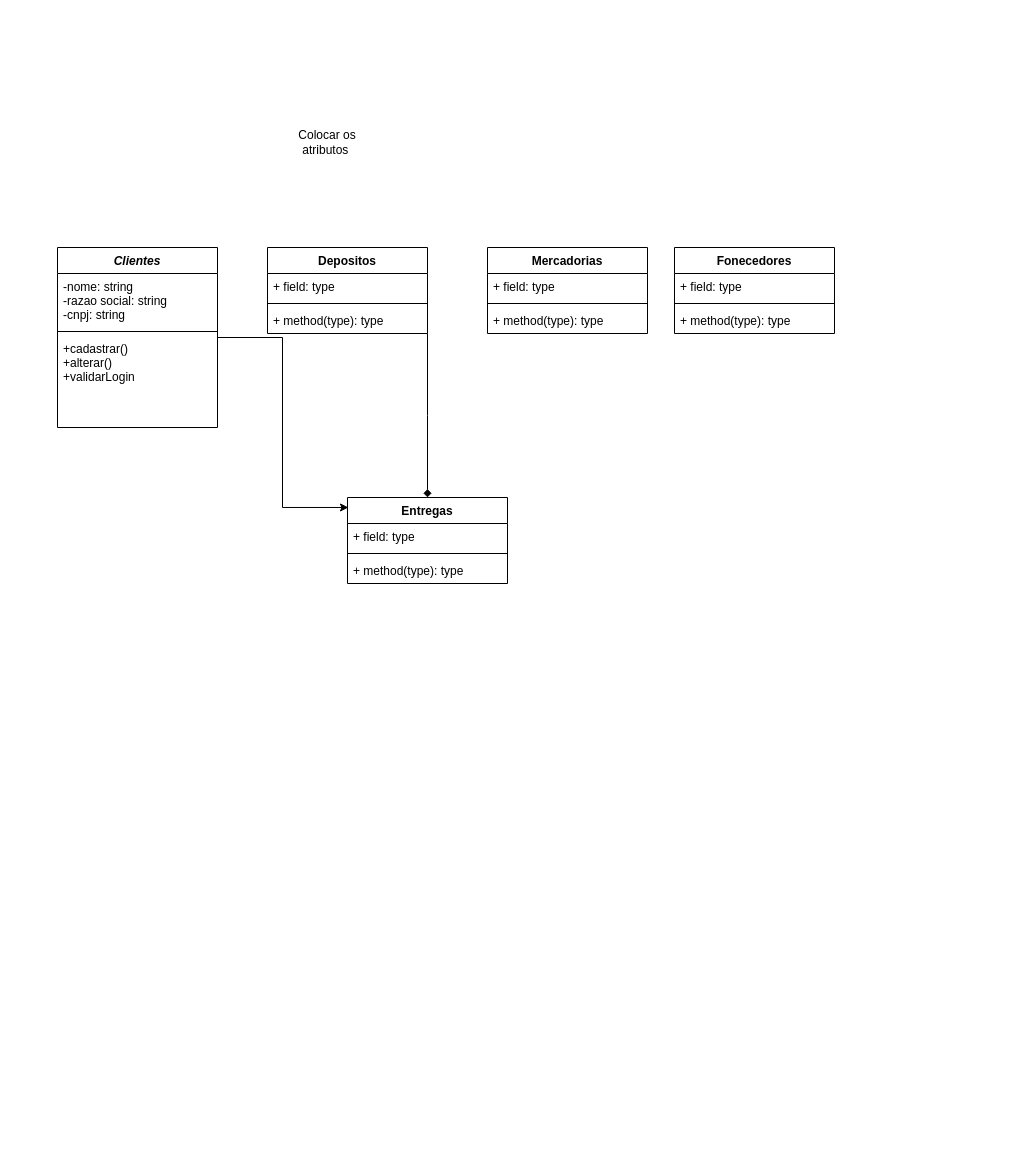
felipepozzi/puc-minas-arquitetura keeps this draw.io diagram as page "Diagrama de Classes" (3 of 6) of desenho-solucao/DesenhoSolucao.drawio. Above is the earlier version. Source tidied: cells renumbered, new cells numbered last; positions are measured from the earlier drawing's top-left corner, leaving out a move shared by most shapes. Both pictures are drawn from the tidied source at 100%, with x=0, y=0 at pixel (57, 127).
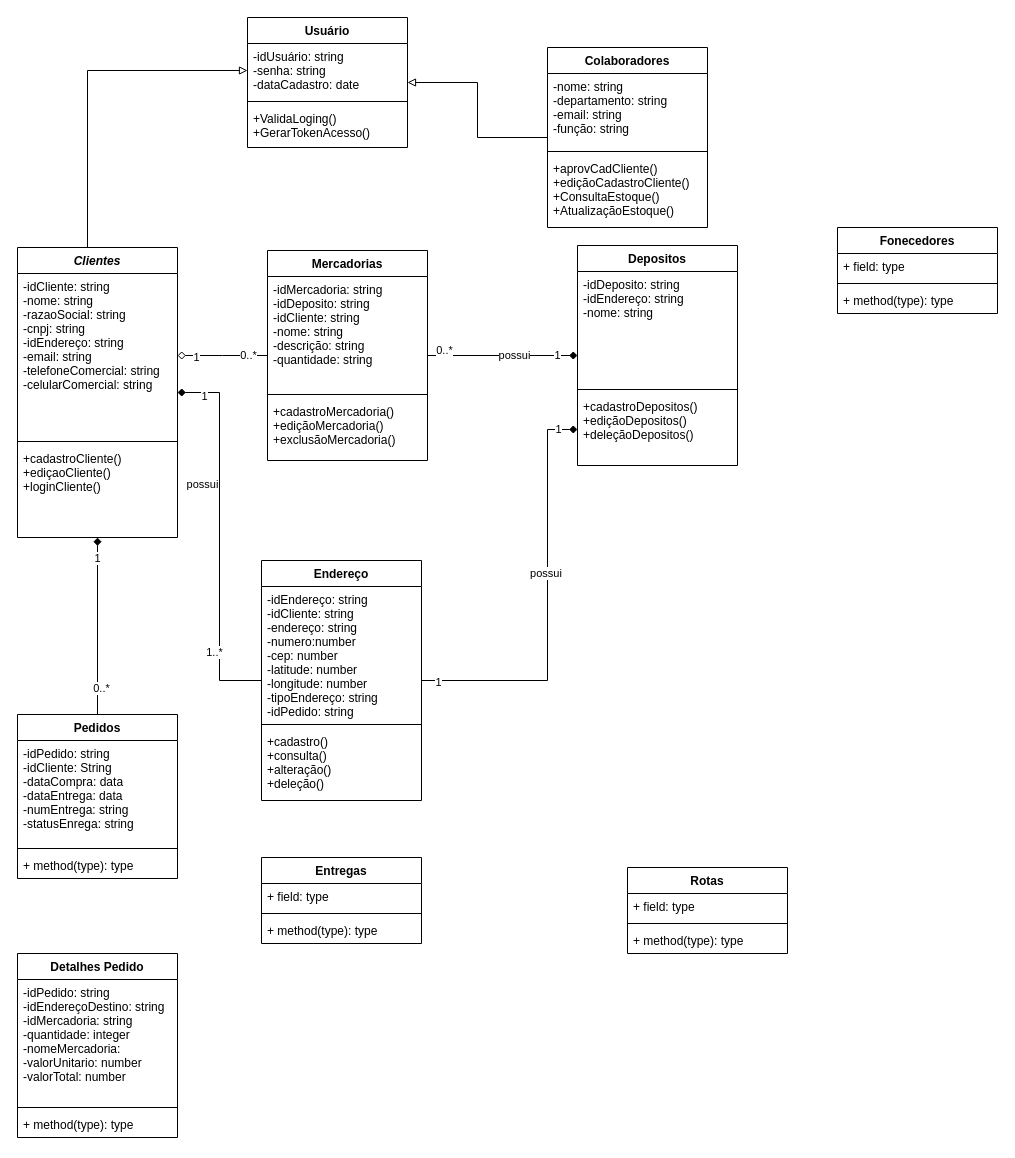
Above is the later version.

Change to the diagram source:
```diff
@@
-    <mxCell id="2" style="edgeStyle=elbowEdgeStyle;rounded=0;jettySize=auto;html=1;entryX=0.006;entryY=0.116;entryDx=0;entryDy=0;entryPerimeter=0;fontColor=#000000;startArrow=none;startFill=0;endArrow=classic;endFill=1;strokeColor=#000000;" parent="1" edge="1" source="3" target="20">
-      <mxGeometry relative="1" as="geometry" />
-    </mxCell>
+    <mxCell id="25" style="edgeStyle=elbowEdgeStyle;rounded=0;jettySize=auto;html=1;fontColor=#000000;startArrow=diamond;startFill=1;endArrow=none;endFill=0;strokeColor=#000000;" parent="1" edge="1" source="3" target="43">
+      <mxGeometry relative="1" as="geometry" />
+    </mxCell>
+    <mxCell id="26" value="possui" style="edgeLabel;html=1;align=center;verticalAlign=middle;fontColor=#000000;" parent="25" vertex="1">
+      <mxGeometry x="-0.29" y="-1" relative="1" as="geometry">
+        <mxPoint x="-17" y="1" as="offset" />
+      </mxGeometry>
+    </mxCell>
+    <mxCell id="27" value="1..*" style="edgeLabel;html=1;align=center;verticalAlign=middle;fontColor=#000000;" parent="25" vertex="1">
+      <mxGeometry x="0.62" relative="1" as="geometry">
+        <mxPoint x="-6" as="offset" />
+      </mxGeometry>
+    </mxCell>
+    <mxCell id="28" value="1" style="edgeLabel;html=1;align=center;verticalAlign=middle;fontColor=#000000;" parent="25" vertex="1">
+      <mxGeometry x="-0.86" y="-3" relative="1" as="geometry" />
+    </mxCell>
+    <mxCell id="29" style="edgeStyle=elbowEdgeStyle;rounded=0;jettySize=auto;html=1;fontColor=#000000;startArrow=diamond;startFill=0;endArrow=none;endFill=0;strokeColor=#000000;exitX=1;exitY=0.5;exitDx=0;exitDy=0;" parent="1" edge="1" source="4" target="12">
+      <mxGeometry relative="1" as="geometry" />
+    </mxCell>
+    <mxCell id="30" value="0..*" style="edgeLabel;html=1;align=center;verticalAlign=middle;fontColor=#000000;" parent="29" vertex="1">
+      <mxGeometry x="0.56" y="1" relative="1" as="geometry" />
+    </mxCell>
+    <mxCell id="31" value="1" style="edgeLabel;html=1;align=center;verticalAlign=middle;fontColor=#000000;" parent="29" vertex="1">
+      <mxGeometry x="-0.6" y="-1" relative="1" as="geometry" />
+    </mxCell>
+    <mxCell id="32" style="edgeStyle=elbowEdgeStyle;rounded=0;jettySize=auto;html=1;fontColor=#000000;startArrow=diamond;startFill=1;endArrow=none;endFill=0;strokeColor=#000000;" parent="1" edge="1" source="3" target="51">
+      <mxGeometry relative="1" as="geometry" />
+    </mxCell>
+    <mxCell id="33" value="0..*" style="edgeLabel;html=1;align=center;verticalAlign=middle;fontColor=#000000;" parent="32" vertex="1">
+      <mxGeometry x="0.69" y="3" relative="1" as="geometry" />
+    </mxCell>
+    <mxCell id="34" value="1" style="edgeLabel;html=1;align=center;verticalAlign=middle;fontColor=#000000;" parent="32" vertex="1">
+      <mxGeometry x="-0.77" y="-1" relative="1" as="geometry" />
+    </mxCell>
     <mxCell id="3" value="Clientes" style="swimlane;fontStyle=3;align=center;verticalAlign=top;horizontal=1;startSize=26;fontColor=#000000;" parent="1" vertex="1">
-      <mxGeometry y="120" width="160" height="180" as="geometry" />
+      <mxGeometry x="-40" y="120" width="160" height="290" as="geometry" />
     </mxCell>
-    <mxCell id="4" value="-nome: string&#10;-razao social: string&#10;-cnpj: string&#10;" style="text;strokeColor=none;fillColor=none;align=left;verticalAlign=top;spacingLeft=4;spacingRight=4;overflow=hidden;points=[[0,0.5],[1,0.5]];portConstraint=eastwest;fontColor=#000000;" parent="3" vertex="1">
-      <mxGeometry y="26" width="160" height="54" as="geometry" />
+    <mxCell id="4" value="-idCliente: string&#10;-nome: string&#10;-razaoSocial: string&#10;-cnpj: string&#10;-idEndereço: string&#10;-email: string&#10;-telefoneComercial: string&#10;-celularComercial: string" style="text;strokeColor=none;fillColor=none;align=left;verticalAlign=top;spacingLeft=4;spacingRight=4;overflow=hidden;points=[[0,0.5],[1,0.5]];portConstraint=eastwest;fontColor=#000000;" parent="3" vertex="1">
+      <mxGeometry y="26" width="160" height="164" as="geometry" />
     </mxCell>
     <mxCell id="5" style="line;strokeWidth=1;fillColor=none;align=left;verticalAlign=middle;spacingTop=-1;spacingLeft=3;spacingRight=3;labelPosition=right;fontColor=#000000;" parent="3" vertex="1">
-      <mxGeometry y="80" width="160" height="8" as="geometry" />
+      <mxGeometry y="190" width="160" height="8" as="geometry" />
     </mxCell>
-    <mxCell id="6" value="+cadastrar()&#10;+alterar()&#10;+validarLogin" style="text;strokeColor=none;fillColor=none;align=left;verticalAlign=top;spacingLeft=4;spacingRight=4;overflow=hidden;fontColor=#000000;" parent="3" vertex="1">
-      <mxGeometry y="88" width="160" height="92" as="geometry" />
+    <mxCell id="6" value="+cadastroCliente()&#10;+ediçaoCliente()&#10;+loginCliente()" style="text;strokeColor=none;fillColor=none;align=left;verticalAlign=top;spacingLeft=4;spacingRight=4;overflow=hidden;fontColor=#000000;" parent="3" vertex="1">
+      <mxGeometry y="198" width="160" height="92" as="geometry" />
     </mxCell>
-    <mxCell id="7" style="edgeStyle=elbowEdgeStyle;rounded=0;jettySize=auto;html=1;entryX=0.5;entryY=0;entryDx=0;entryDy=0;fontColor=#000000;startArrow=none;startFill=0;endArrow=diamond;endFill=1;strokeColor=#000000;" parent="1" edge="1" source="8" target="20">
-      <mxGeometry relative="1" as="geometry" />
-    </mxCell>
+    <mxCell id="35" style="edgeStyle=elbowEdgeStyle;rounded=0;jettySize=auto;html=1;fontColor=#000000;startArrow=diamond;startFill=1;endArrow=none;endFill=0;strokeColor=#000000;" parent="1" edge="1" source="11" target="43">
+      <mxGeometry relative="1" as="geometry">
+        <Array as="points">
+          <mxPoint x="490" y="390" />
+          <mxPoint x="590" y="370" />
+        </Array>
+      </mxGeometry>
+    </mxCell>
+    <mxCell id="36" value="possui&amp;nbsp;" style="edgeLabel;html=1;align=center;verticalAlign=middle;fontColor=#000000;" parent="35" vertex="1">
+      <mxGeometry x="-0.15" y="-1" relative="1" as="geometry" />
+    </mxCell>
+    <mxCell id="37" value="1" style="edgeLabel;html=1;align=center;verticalAlign=middle;fontColor=#000000;" parent="35" vertex="1">
+      <mxGeometry x="-0.9" y="-1" relative="1" as="geometry" />
+    </mxCell>
+    <mxCell id="38" value="1" style="edgeLabel;html=1;align=center;verticalAlign=middle;fontColor=#000000;" parent="35" vertex="1">
+      <mxGeometry x="0.92" y="1" relative="1" as="geometry" />
+    </mxCell>
+    <mxCell id="39" style="edgeStyle=elbowEdgeStyle;rounded=0;jettySize=auto;html=1;fontColor=#000000;startArrow=diamond;startFill=1;endArrow=none;endFill=0;strokeColor=#000000;" parent="1" edge="1" source="8" target="12">
+      <mxGeometry relative="1" as="geometry" />
+    </mxCell>
+    <mxCell id="40" value="0..*" style="edgeLabel;html=1;align=center;verticalAlign=middle;fontColor=#000000;" parent="39" vertex="1">
+      <mxGeometry x="0.78" y="-3" relative="1" as="geometry">
+        <mxPoint y="-3" as="offset" />
+      </mxGeometry>
+    </mxCell>
+    <mxCell id="41" value="possui" style="edgeLabel;html=1;align=center;verticalAlign=middle;fontColor=#000000;" parent="39" vertex="1">
+      <mxGeometry x="-0.15" y="-1" relative="1" as="geometry" />
+    </mxCell>
+    <mxCell id="42" value="1" style="edgeLabel;html=1;align=center;verticalAlign=middle;fontColor=#000000;" parent="39" vertex="1">
+      <mxGeometry x="-0.72" y="-1" relative="1" as="geometry" />
+    </mxCell>
     <mxCell id="8" value="Depositos" style="swimlane;fontStyle=1;align=center;verticalAlign=top;horizontal=1;startSize=26;fontColor=#000000;" parent="1" vertex="1">
-      <mxGeometry x="210" y="120" width="160" height="86" as="geometry" />
+      <mxGeometry x="520" y="118" width="160" height="220" as="geometry" />
     </mxCell>
-    <mxCell id="9" value="+ field: type" style="text;strokeColor=none;fillColor=none;align=left;verticalAlign=top;spacingLeft=4;spacingRight=4;overflow=hidden;fontColor=#000000;" parent="8" vertex="1">
-      <mxGeometry y="26" width="160" height="26" as="geometry" />
+    <mxCell id="9" value="-idDeposito: string&#10;-idEndereço: string&#10;-nome: string" style="text;strokeColor=none;fillColor=none;align=left;verticalAlign=top;spacingLeft=4;spacingRight=4;overflow=hidden;fontColor=#000000;" parent="8" vertex="1">
+      <mxGeometry y="26" width="160" height="114" as="geometry" />
     </mxCell>
     <mxCell id="10" style="line;strokeWidth=1;fillColor=none;align=left;verticalAlign=middle;spacingTop=-1;spacingLeft=3;spacingRight=3;labelPosition=right;fontColor=#000000;" parent="8" vertex="1">
-      <mxGeometry y="52" width="160" height="8" as="geometry" />
+      <mxGeometry y="140" width="160" height="8" as="geometry" />
     </mxCell>
-    <mxCell id="11" value="+ method(type): type" style="text;strokeColor=none;fillColor=none;align=left;verticalAlign=top;spacingLeft=4;spacingRight=4;overflow=hidden;points=[[0,0.5],[1,0.5]];portConstraint=eastwest;fontColor=#000000;" parent="8" vertex="1">
-      <mxGeometry y="60" width="160" height="26" as="geometry" />
+    <mxCell id="11" value="+cadastroDepositos()&#10;+ediçãoDepositos()&#10;+deleçãoDepositos()" style="text;strokeColor=none;fillColor=none;align=left;verticalAlign=top;spacingLeft=4;spacingRight=4;overflow=hidden;points=[[0,0.5],[1,0.5]];portConstraint=eastwest;fontColor=#000000;" parent="8" vertex="1">
+      <mxGeometry y="148" width="160" height="72" as="geometry" />
     </mxCell>
     <mxCell id="12" value="Mercadorias" style="swimlane;fontStyle=1;align=center;verticalAlign=top;horizontal=1;startSize=26;fontColor=#000000;" parent="1" vertex="1">
-      <mxGeometry x="430" y="120" width="160" height="86" as="geometry" />
+      <mxGeometry x="210" y="123" width="160" height="210" as="geometry" />
     </mxCell>
-    <mxCell id="13" value="+ field: type" style="text;strokeColor=none;fillColor=none;align=left;verticalAlign=top;spacingLeft=4;spacingRight=4;overflow=hidden;fontColor=#000000;" parent="12" vertex="1">
-      <mxGeometry y="26" width="160" height="26" as="geometry" />
+    <mxCell id="13" value="-idMercadoria: string&#10;-idDeposito: string&#10;-idCliente: string&#10;-nome: string&#10;-descrição: string&#10;-quantidade: string&#10;" style="text;strokeColor=none;fillColor=none;align=left;verticalAlign=top;spacingLeft=4;spacingRight=4;overflow=hidden;fontColor=#000000;" parent="12" vertex="1">
+      <mxGeometry y="26" width="160" height="114" as="geometry" />
     </mxCell>
     <mxCell id="14" style="line;strokeWidth=1;fillColor=none;align=left;verticalAlign=middle;spacingTop=-1;spacingLeft=3;spacingRight=3;labelPosition=right;fontColor=#000000;" parent="12" vertex="1">
-      <mxGeometry y="52" width="160" height="8" as="geometry" />
+      <mxGeometry y="140" width="160" height="8" as="geometry" />
     </mxCell>
-    <mxCell id="15" value="+ method(type): type" style="text;strokeColor=none;fillColor=none;align=left;verticalAlign=top;spacingLeft=4;spacingRight=4;overflow=hidden;fontColor=#000000;" parent="12" vertex="1">
-      <mxGeometry y="60" width="160" height="26" as="geometry" />
+    <mxCell id="15" value="+cadastroMercadoria()&#10;+ediçãoMercadoria()&#10;+exclusãoMercadoria()&#10;" style="text;strokeColor=none;fillColor=none;align=left;verticalAlign=top;spacingLeft=4;spacingRight=4;overflow=hidden;fontColor=#000000;" parent="12" vertex="1">
+      <mxGeometry y="148" width="160" height="62" as="geometry" />
     </mxCell>
     <mxCell id="16" value="Fonecedores" style="swimlane;fontStyle=1;align=center;verticalAlign=top;horizontal=1;startSize=26;fontColor=#000000;" parent="1" vertex="1">
-      <mxGeometry x="617" y="120" width="160" height="86" as="geometry" />
+      <mxGeometry x="780" y="100" width="160" height="86" as="geometry" />
     </mxCell>
@@
     <mxCell id="20" value="Entregas" style="swimlane;fontStyle=1;align=center;verticalAlign=top;horizontal=1;startSize=26;fontColor=#000000;" parent="1" vertex="1">
-      <mxGeometry x="290" y="370" width="160" height="86" as="geometry" />
+      <mxGeometry x="204" y="730" width="160" height="86" as="geometry" />
     </mxCell>
@@
-    <mxCell id="24" value="Colocar os atributos&amp;nbsp;" style="text;html=1;strokeColor=none;fillColor=none;align=center;verticalAlign=middle;whiteSpace=wrap;rounded=0;fontColor=#000000;" parent="1" vertex="1">
-      <mxGeometry x="240" width="60" height="30" as="geometry" />
-    </mxCell>
+    <mxCell id="43" value="Endereço" style="swimlane;fontStyle=1;align=center;verticalAlign=top;horizontal=1;startSize=26;fontColor=#000000;" parent="1" vertex="1">
+      <mxGeometry x="204" y="433" width="160" height="240" as="geometry" />
+    </mxCell>
+    <mxCell id="44" value="-idEndereço: string&#10;-idCliente: string&#10;-endereço: string&#10;-numero:number&#10;-cep: number&#10;-latitude: number&#10;-longitude: number&#10;-tipoEndereço: string&#10;-idPedido: string" style="text;strokeColor=none;fillColor=none;align=left;verticalAlign=top;spacingLeft=4;spacingRight=4;overflow=hidden;fontColor=#000000;" parent="43" vertex="1">
+      <mxGeometry y="26" width="160" height="134" as="geometry" />
+    </mxCell>
+    <mxCell id="45" style="line;strokeWidth=1;fillColor=none;align=left;verticalAlign=middle;spacingTop=-1;spacingLeft=3;spacingRight=3;labelPosition=right;fontColor=#000000;" parent="43" vertex="1">
+      <mxGeometry y="160" width="160" height="8" as="geometry" />
+    </mxCell>
+    <mxCell id="46" value="+cadastro()&#10;+consulta()&#10;+alteração()&#10;+deleção()" style="text;strokeColor=none;fillColor=none;align=left;verticalAlign=top;spacingLeft=4;spacingRight=4;overflow=hidden;fontColor=#000000;" parent="43" vertex="1">
+      <mxGeometry y="168" width="160" height="72" as="geometry" />
+    </mxCell>
+    <mxCell id="47" value="Rotas" style="swimlane;fontStyle=1;align=center;verticalAlign=top;horizontal=1;startSize=26;fontColor=#000000;" parent="1" vertex="1">
+      <mxGeometry x="570" y="740" width="160" height="86" as="geometry" />
+    </mxCell>
+    <mxCell id="48" value="+ field: type" style="text;strokeColor=none;fillColor=none;align=left;verticalAlign=top;spacingLeft=4;spacingRight=4;overflow=hidden;fontColor=#000000;" parent="47" vertex="1">
+      <mxGeometry y="26" width="160" height="26" as="geometry" />
+    </mxCell>
+    <mxCell id="49" style="line;strokeWidth=1;fillColor=none;align=left;verticalAlign=middle;spacingTop=-1;spacingLeft=3;spacingRight=3;labelPosition=right;fontColor=#000000;" parent="47" vertex="1">
+      <mxGeometry y="52" width="160" height="8" as="geometry" />
+    </mxCell>
+    <mxCell id="50" value="+ method(type): type" style="text;strokeColor=none;fillColor=none;align=left;verticalAlign=top;spacingLeft=4;spacingRight=4;overflow=hidden;fontColor=#000000;" parent="47" vertex="1">
+      <mxGeometry y="60" width="160" height="26" as="geometry" />
+    </mxCell>
+    <mxCell id="51" value="Pedidos" style="swimlane;fontStyle=1;align=center;verticalAlign=top;horizontal=1;startSize=26;fontColor=#000000;" parent="1" vertex="1">
+      <mxGeometry x="-40" y="587" width="160" height="164" as="geometry" />
+    </mxCell>
+    <mxCell id="52" value="-idPedido: string&#10;-idCliente: String&#10;-dataCompra: data&#10;-dataEntrega: data&#10;-numEntrega: string&#10;-statusEnrega: string" style="text;strokeColor=none;fillColor=none;align=left;verticalAlign=top;spacingLeft=4;spacingRight=4;overflow=hidden;fontColor=#000000;" parent="51" vertex="1">
+      <mxGeometry y="26" width="160" height="104" as="geometry" />
+    </mxCell>
+    <mxCell id="53" style="line;strokeWidth=1;fillColor=none;align=left;verticalAlign=middle;spacingTop=-1;spacingLeft=3;spacingRight=3;labelPosition=right;fontColor=#000000;" parent="51" vertex="1">
+      <mxGeometry y="130" width="160" height="8" as="geometry" />
+    </mxCell>
+    <mxCell id="54" value="+ method(type): type" style="text;strokeColor=none;fillColor=none;align=left;verticalAlign=top;spacingLeft=4;spacingRight=4;overflow=hidden;fontColor=#000000;" parent="51" vertex="1">
+      <mxGeometry y="138" width="160" height="26" as="geometry" />
+    </mxCell>
+    <mxCell id="55" value="Detalhes Pedido" style="swimlane;fontStyle=1;align=center;verticalAlign=top;horizontal=1;startSize=26;fontColor=#000000;" parent="1" vertex="1">
+      <mxGeometry x="-40" y="826" width="160" height="184" as="geometry" />
+    </mxCell>
+    <mxCell id="56" value="-idPedido: string&#10;-idEndereçoDestino: string&#10;-idMercadoria: string&#10;-quantidade: integer&#10;-nomeMercadoria:&#10;-valorUnitario: number&#10;-valorTotal: number &#10;" style="text;strokeColor=none;fillColor=none;align=left;verticalAlign=top;spacingLeft=4;spacingRight=4;overflow=hidden;fontColor=#000000;" parent="55" vertex="1">
+      <mxGeometry y="26" width="160" height="124" as="geometry" />
+    </mxCell>
+    <mxCell id="57" style="line;strokeWidth=1;fillColor=none;align=left;verticalAlign=middle;spacingTop=-1;spacingLeft=3;spacingRight=3;labelPosition=right;fontColor=#000000;" parent="55" vertex="1">
+      <mxGeometry y="150" width="160" height="8" as="geometry" />
+    </mxCell>
+    <mxCell id="58" value="+ method(type): type" style="text;strokeColor=none;fillColor=none;align=left;verticalAlign=top;spacingLeft=4;spacingRight=4;overflow=hidden;fontColor=#000000;" parent="55" vertex="1">
+      <mxGeometry y="158" width="160" height="26" as="geometry" />
+    </mxCell>
+    <mxCell id="59" style="edgeStyle=elbowEdgeStyle;rounded=0;jettySize=auto;html=1;fontColor=#000000;startArrow=block;startFill=0;endArrow=none;endFill=0;strokeColor=#000000;" parent="1" edge="1" source="60" target="65">
+      <mxGeometry relative="1" as="geometry" />
+    </mxCell>
+    <mxCell id="60" value="Usuário" style="swimlane;fontStyle=1;align=center;verticalAlign=top;horizontal=1;startSize=26;fontColor=#000000;" parent="1" vertex="1">
+      <mxGeometry x="190" y="-110" width="160" height="130" as="geometry" />
+    </mxCell>
+    <mxCell id="61" value="-idUsuário: string&#10;-senha: string&#10;-dataCadastro: date&#10;" style="text;strokeColor=none;fillColor=none;align=left;verticalAlign=top;spacingLeft=4;spacingRight=4;overflow=hidden;points=[[0,0.5],[1,0.5]];portConstraint=eastwest;fontColor=#000000;" parent="60" vertex="1">
+      <mxGeometry y="26" width="160" height="54" as="geometry" />
+    </mxCell>
+    <mxCell id="62" style="line;strokeWidth=1;fillColor=none;align=left;verticalAlign=middle;spacingTop=-1;spacingLeft=3;spacingRight=3;labelPosition=right;fontColor=#000000;" parent="60" vertex="1">
+      <mxGeometry y="80" width="160" height="8" as="geometry" />
+    </mxCell>
+    <mxCell id="63" value="+ValidaLoging()&#10;+GerarTokenAcesso()" style="text;strokeColor=none;fillColor=none;align=left;verticalAlign=top;spacingLeft=4;spacingRight=4;overflow=hidden;fontColor=#000000;" parent="60" vertex="1">
+      <mxGeometry y="88" width="160" height="42" as="geometry" />
+    </mxCell>
+    <mxCell id="64" style="edgeStyle=elbowEdgeStyle;rounded=0;jettySize=auto;html=1;fontColor=#000000;startArrow=block;startFill=0;endArrow=none;endFill=0;strokeColor=#000000;" parent="1" edge="1" source="61" target="3">
+      <mxGeometry relative="1" as="geometry">
+        <Array as="points">
+          <mxPoint x="30" y="90" />
+        </Array>
+      </mxGeometry>
+    </mxCell>
+    <mxCell id="65" value="Colaboradores" style="swimlane;fontStyle=1;align=center;verticalAlign=top;horizontal=1;startSize=26;fontColor=#000000;" parent="1" vertex="1">
+      <mxGeometry x="490" y="-80" width="160" height="180" as="geometry" />
+    </mxCell>
+    <mxCell id="66" value="-nome: string&#10;-departamento: string&#10;-email: string&#10;-função: string&#10;" style="text;strokeColor=none;fillColor=none;align=left;verticalAlign=top;spacingLeft=4;spacingRight=4;overflow=hidden;fontColor=#000000;" parent="65" vertex="1">
+      <mxGeometry y="26" width="160" height="74" as="geometry" />
+    </mxCell>
+    <mxCell id="67" style="line;strokeWidth=1;fillColor=none;align=left;verticalAlign=middle;spacingTop=-1;spacingLeft=3;spacingRight=3;labelPosition=right;fontColor=#000000;" parent="65" vertex="1">
+      <mxGeometry y="100" width="160" height="8" as="geometry" />
+    </mxCell>
+    <mxCell id="68" value="+aprovCadCliente()&#10;+ediçãoCadastroCliente()&#10;+ConsultaEstoque()&#10;+AtualizaçãoEstoque()" style="text;strokeColor=none;fillColor=none;align=left;verticalAlign=top;spacingLeft=4;spacingRight=4;overflow=hidden;fontColor=#000000;" parent="65" vertex="1">
+      <mxGeometry y="108" width="160" height="72" as="geometry" />
+    </mxCell>
```
